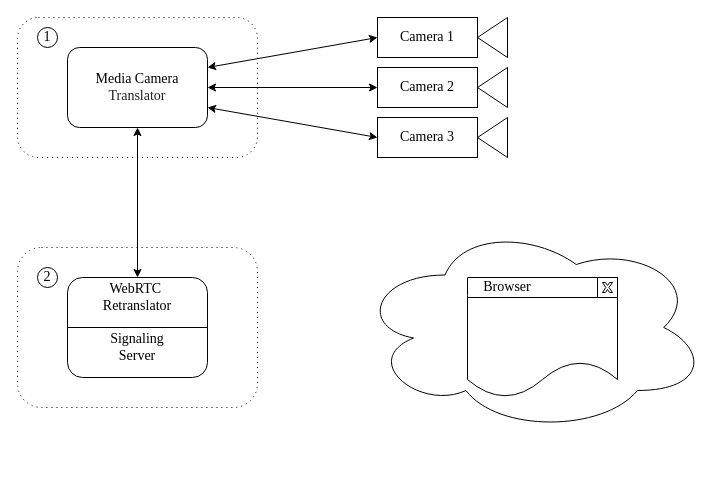
daaaanil81/Diploma keeps this draw.io diagram as page "Page-2" (2 of 2) of Diplom.drawio. Above is the earlier version. Source tidied: cells renumbered, new cells numbered last; positions are measured from the earlier drawing's top-left corner, leaving out a move shared by most shapes. Both pictures are drawn from the tidied source at 100%, with x=0, y=0 at pixel (17, 17).
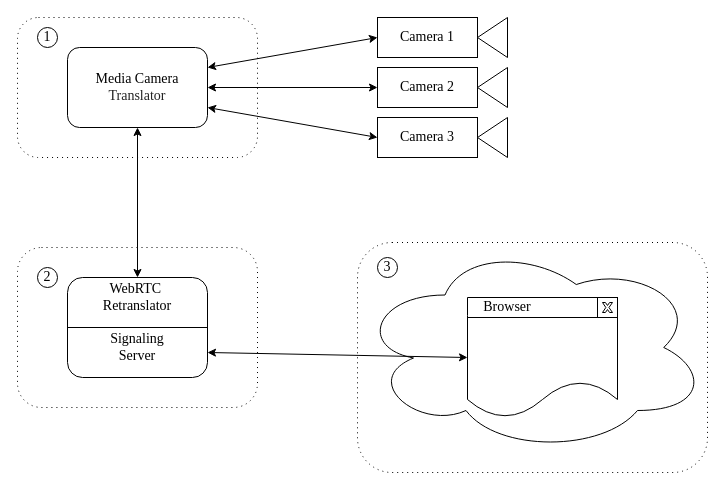
The same page after the edit.

Commit message:
Correct file with diograms

The change refers to these unchanged cells:
```xml
<mxCell id="3" style="rounded=1;whiteSpace=wrap;html=1;" parent="1" vertex="1">
  <mxGeometry x="50" y="260" width="140" height="100" as="geometry" />
</mxCell>
<mxCell id="28" style="shape=document;whiteSpace=wrap;html=1;boundedLbl=1;" parent="26" vertex="1">
  <mxGeometry x="110" y="55" width="150" height="120" as="geometry" />
</mxCell>
```

What changed in the source:
```diff
@@
+    <mxCell id="33" style="group;" parent="1" vertex="1">
+      <mxGeometry x="340" y="225" width="350" height="230" as="geometry" />
+    </mxCell>
-    <mxCell id="26" style="group;" parent="1" vertex="1">
-      <mxGeometry x="340" y="205" width="350" height="210" as="geometry" />
+    <mxCell id="26" style="group;" parent="33" vertex="1">
+      <mxGeometry width="350" height="230" as="geometry" />
     </mxCell>
+    <mxCell id="34" style="shape=ext;rounded=1;html=1;whiteSpace=wrap;dashed=1;dashPattern=1 4;" parent="26" vertex="1">
+      <mxGeometry width="350" height="230" as="geometry" />
+    </mxCell>
@@
+    <mxCell id="35" value="&lt;font face=&quot;Times New Roman&quot; style=&quot;font-size: 14px&quot;&gt;3&lt;/font&gt;" style="ellipse;whiteSpace=wrap;html=1;" parent="26" vertex="1">
+      <mxGeometry x="20" y="15" width="20" height="20" as="geometry" />
+    </mxCell>
+    <mxCell id="36" style="endArrow=classic;startArrow=classic;html=1;entryX=0;entryY=0.5;entryDx=0;entryDy=0;exitX=1;exitY=0.75;exitDx=0;exitDy=0;" parent="1" edge="1" source="3" target="28">
+      <mxGeometry relative="1" as="geometry" />
+    </mxCell>
```
